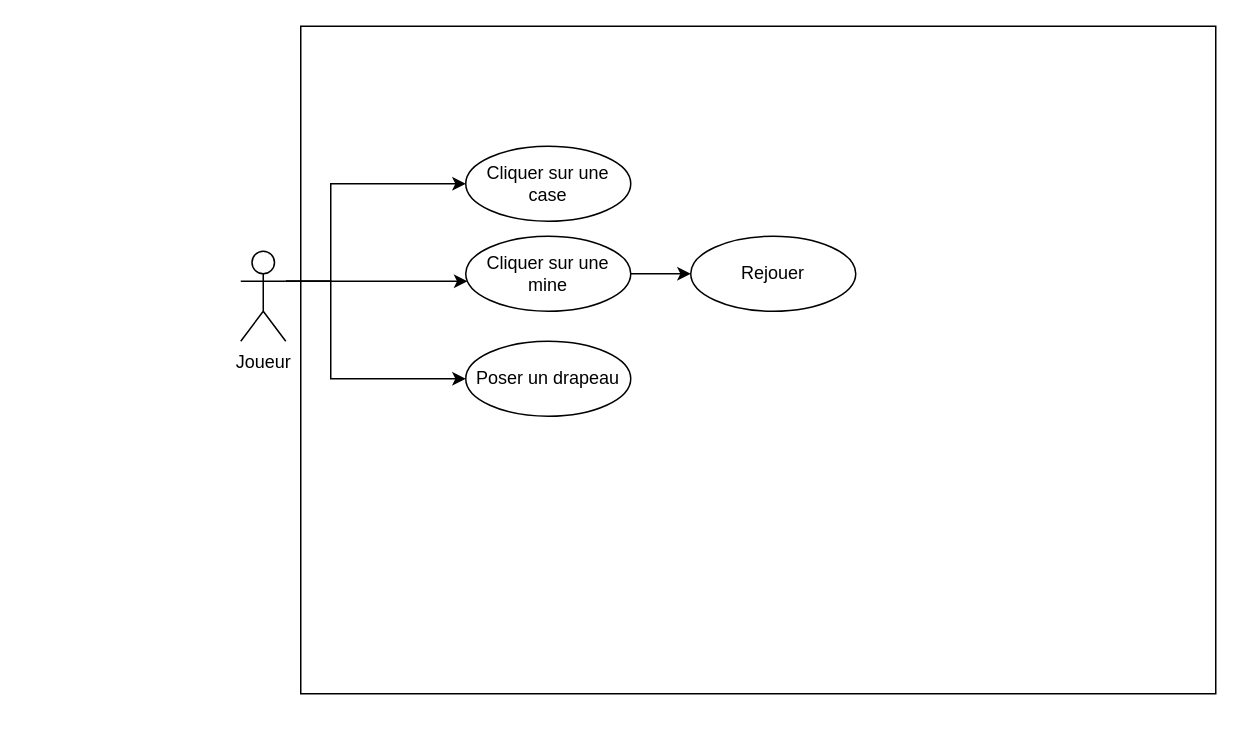
The draw.io diagram usecasdiagram.drawio in emilyllg/filrougeEJL, before the edit. Source tidied: cells renumbered, new cells numbered last; positions are measured from the earlier drawing's top-left corner, leaving out a move shared by most shapes. Both pictures are drawn from the tidied source at 150%, with x=0, y=0 at pixel (240, 26).
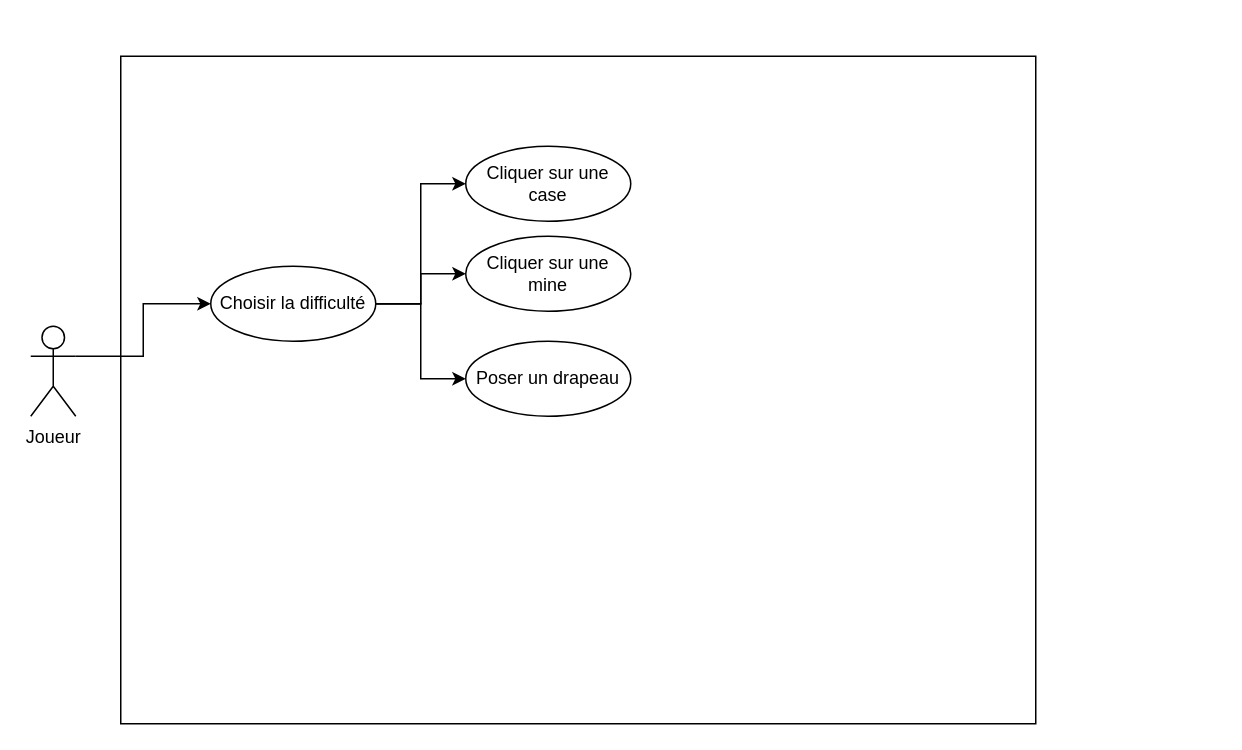
After the change.

Commit message (it also covers changes not shown here):
Mettre à jour usecasdiagram.drawio

The edit, as a diff of the source:
```diff
@@
 <mxGraphModel>
   <root>
     <mxCell id="0" />
     <mxCell id="1" parent="0" />
     <mxCell id="2" value="Joueur" style="shape=umlActor;verticalLabelPosition=bottom;verticalAlign=top;html=1;outlineConnect=0;" parent="1" vertex="1">
-      <mxGeometry y="150" width="30" height="60" as="geometry" />
+      <mxGeometry x="-140" y="200" width="30" height="60" as="geometry" />
     </mxCell>
     <mxCell id="3" style="rounded=0;whiteSpace=wrap;html=1;" parent="1" vertex="1">
-      <mxGeometry x="40" width="610" height="445" as="geometry" />
+      <mxGeometry x="-80" y="20" width="610" height="445" as="geometry" />
     </mxCell>
     <mxCell id="4" value="Cliquer sur une case " style="ellipse;whiteSpace=wrap;html=1;" parent="1" vertex="1">
       <mxGeometry x="150" y="80" width="110" height="50" as="geometry" />
     </mxCell>
     <mxCell id="5" value="Poser un drapeau" style="ellipse;whiteSpace=wrap;html=1;" parent="1" vertex="1">
       <mxGeometry x="150" y="210" width="110" height="50" as="geometry" />
     </mxCell>
-    <mxCell id="6" value="Rejouer" style="ellipse;whiteSpace=wrap;html=1;" parent="1" vertex="1">
-      <mxGeometry x="300" y="140" width="110" height="50" as="geometry" />
-    </mxCell>
-    <mxCell id="7" style="edgeStyle=orthogonalEdgeStyle;rounded=0;jettySize=auto;html=1;exitX=1;exitY=0.3333333333333333;exitDx=0;exitDy=0;exitPerimeter=0;" parent="1" edge="1" source="2" target="4">
-      <mxGeometry relative="1" as="geometry">
-        <Array as="points">
-          <mxPoint x="60" y="170" />
-          <mxPoint x="60" y="105" />
-        </Array>
-      </mxGeometry>
-    </mxCell>
-    <mxCell id="8" style="edgeStyle=orthogonalEdgeStyle;rounded=0;jettySize=auto;html=1;exitX=1;exitY=0.3333333333333333;exitDx=0;exitDy=0;exitPerimeter=0;" parent="1" edge="1" source="2" target="5">
-      <mxGeometry relative="1" as="geometry">
-        <Array as="points">
-          <mxPoint x="60" y="170" />
-          <mxPoint x="60" y="235" />
-        </Array>
-      </mxGeometry>
-    </mxCell>
-    <mxCell id="9" style="edgeStyle=orthogonalEdgeStyle;rounded=0;jettySize=auto;html=1;exitX=1;exitY=0.5;exitDx=0;exitDy=0;entryX=0;entryY=0.5;entryDx=0;entryDy=0;" parent="1" edge="1" source="10" target="6">
-      <mxGeometry relative="1" as="geometry" />
-    </mxCell>
     <mxCell id="10" value="Cliquer sur une mine " style="ellipse;whiteSpace=wrap;html=1;" parent="1" vertex="1">
       <mxGeometry x="150" y="140" width="110" height="50" as="geometry" />
     </mxCell>
-    <mxCell id="11" style="edgeStyle=orthogonalEdgeStyle;rounded=0;jettySize=auto;html=1;exitX=1;exitY=0.3333333333333333;exitDx=0;exitDy=0;exitPerimeter=0;" parent="1" edge="1" source="2" target="10">
-      <mxGeometry relative="1" as="geometry">
-        <Array as="points">
-          <mxPoint x="80" y="170" />
-          <mxPoint x="80" y="170" />
-        </Array>
-      </mxGeometry>
-    </mxCell>
+    <mxCell id="12" style="edgeStyle=orthogonalEdgeStyle;rounded=0;jettySize=auto;html=1;" parent="1" edge="1" source="15" target="10">
+      <mxGeometry relative="1" as="geometry" />
+    </mxCell>
+    <mxCell id="13" style="edgeStyle=orthogonalEdgeStyle;rounded=0;jettySize=auto;html=1;entryX=0;entryY=0.5;entryDx=0;entryDy=0;" parent="1" edge="1" source="15" target="4">
+      <mxGeometry relative="1" as="geometry" />
+    </mxCell>
+    <mxCell id="14" style="edgeStyle=orthogonalEdgeStyle;rounded=0;jettySize=auto;html=1;" parent="1" edge="1" source="15" target="5">
+      <mxGeometry relative="1" as="geometry" />
+    </mxCell>
+    <mxCell id="15" value="Choisir la difficulté " style="ellipse;whiteSpace=wrap;html=1;" parent="1" vertex="1">
+      <mxGeometry x="-20" y="160" width="110" height="50" as="geometry" />
+    </mxCell>
+    <mxCell id="16" style="edgeStyle=orthogonalEdgeStyle;rounded=0;jettySize=auto;html=1;exitX=1;exitY=0.3333333333333333;exitDx=0;exitDy=0;exitPerimeter=0;entryX=0;entryY=0.5;entryDx=0;entryDy=0;" parent="1" edge="1" source="2" target="15">
+      <mxGeometry relative="1" as="geometry" />
+    </mxCell>
   </root>
 </mxGraphModel>
```
